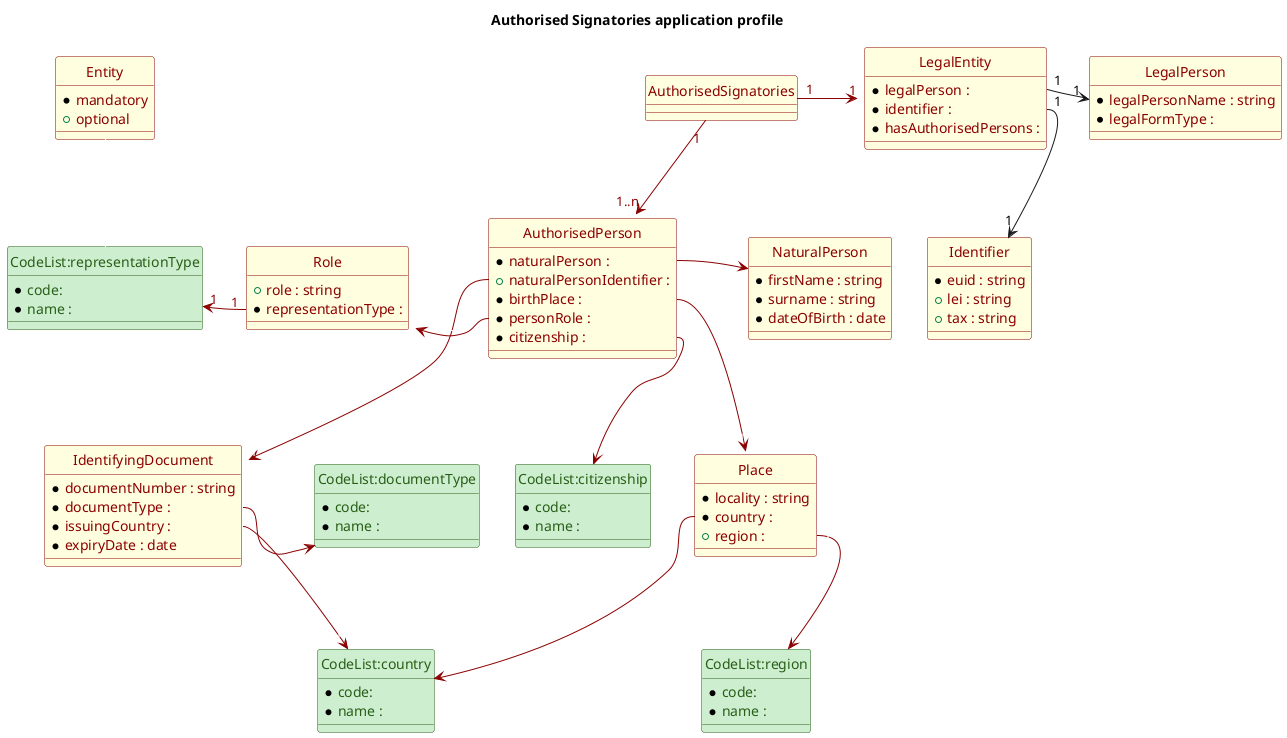
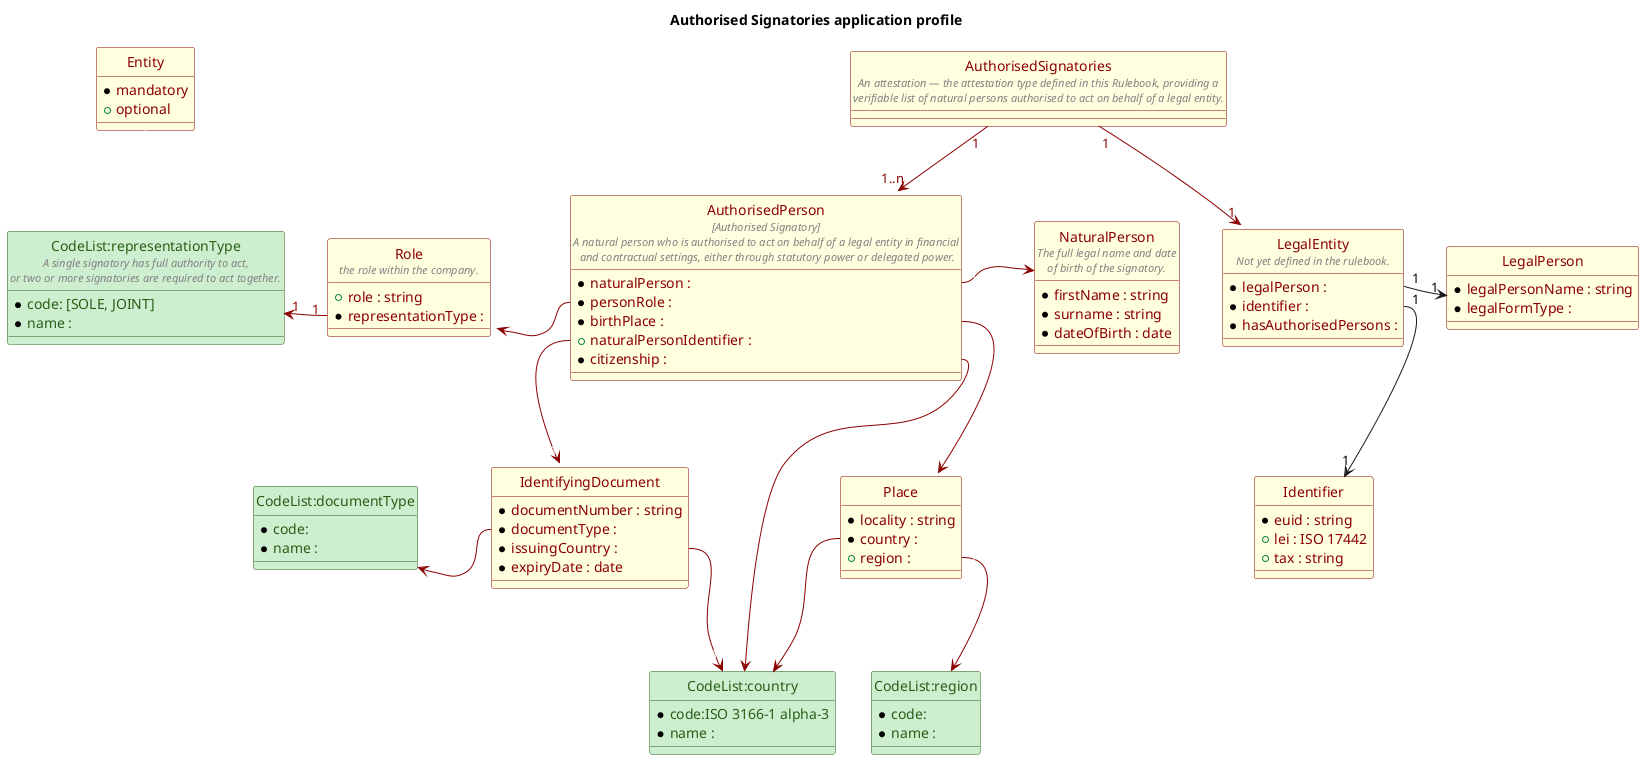
@startuml
title Authorised Signatories application profile

- class AuthorisedSignatories {
- 
- 
+ class "AuthorisedSignatories\n<size:11><color:gray><i>An attestation — the attestation type defined in this Rulebook, providing a\n<size:11><color:gray><i>verifiable list of natural persons authorised to act on behalf of a legal entity.</i></color></size>" as AuthorisedSignatories {
}

- class  LegalEntity {
+ class  "LegalEntity\n<size:11><color:gray><i>Not yet defined in the rulebook.</i></color></size>" as LegalEntity {
 *legalPerson :
 *identifier :
 *hasAuthorisedPersons :
}

- class AuthorisedPerson {
- ' Membership
+ class "AuthorisedPerson\n<size:11><color:gray><i>[Authorised Signatory]\n<size:11><color:gray><i>A natural person who is authorised to act on behalf of a legal entity in financial\n<size:11><color:gray><i> and contractual settings, either through statutory power or delegated power.</i></color></size>" as AuthorisedPerson {
 *naturalPerson :
+  *personRole :
+  *birthPlace :
 +naturalPersonIdentifier :
-  *birthPlace :
-  *personRole :
 *citizenship :
}

class LegalPerson {
 *legalPersonName : string
 *legalFormType :
 }

class Identifier {
 *euid : string
-  +lei : string
+  +lei : ISO 17442
 +tax : string
}

class IdentifyingDocument {
 *documentNumber : string
 *documentType :
 *issuingCountry :
 *expiryDate : date
 }

- class NaturalPerson {
+ class "NaturalPerson\n<size:11><color:gray><i>The full legal name and date\n<size:11><color:gray><i>of birth of the signatory.</i></color></size>" as NaturalPerson {
 *firstName : string
 *surname : string
 *dateOfBirth : date
}

- class Role {
+ class "Role\n<size:11><color:gray><i>the role within the company.</i></color></size>" as Role {
 +role : string
 *representationType :
}

class Place {
 *locality : string
 *country :
 +region :
 }

- class CodeList:citizenship
- {
-  *code:
-  *name :
- }
+ 'class CodeList:citizenship
+ '{
+ ' *code:
+ ' *name :
+ '}

- class CodeList:representationType
- {
-  *code:
+ class "CodeList:representationType\n<size:11><color:gray><i>A single signatory has full authority to act,\n<size:11><color:gray><i>or two or more signatories are required to act together.</i></color></size>" as CodeList:representationType {
+  *code: [SOLE, JOINT]
 *name :
}

class CodeList:region
{
 *code:
 *name :
}

class CodeList:country
{
-  *code:
+  *code:ISO 3166-1 alpha-3
 *name :
}

class CodeList:documentType
{
 *code:
 *name :
}

class Entity {
 *mandatory
 +optional
}

- AuthorisedSignatories "1" -right-> "1" LegalEntity #line:DarkRed;text:DarkRed
+ AuthorisedSignatories "1" -down-> "1" LegalEntity #line:DarkRed;text:DarkRed
AuthorisedSignatories "1" -down-> "1..n" AuthorisedPerson #line:DarkRed;text:DarkRed
AuthorisedPerson::naturalPerson "1" -right-> "1" NaturalPerson #line:DarkRed;text:White :_____
AuthorisedPerson::naturalPersonIdentifier "1" -down-> "1" IdentifyingDocument #line:DarkRed;text:White :_____
AuthorisedPerson::birthPlace "1" -down-> "1" Place #line:DarkRed;text:White :_____
- AuthorisedPerson::citizenship "1" -down-> "1" "CodeList:citizenship" #line:DarkRed;text:White :_____
+ AuthorisedPerson::citizenship "1" -down-> "1" "CodeList:country" #line:DarkRed;text:White :_____
AuthorisedPerson::personRole "1" -left-> "1" Role #line:DarkRed;text:White :_____
LegalEntity::legalPerson "1" -right-> "1" LegalPerson
LegalEntity::identifier "1" -down-> "1" Identifier
Role::representationType "1" -left-> "1" "CodeList:representationType" #line:DarkRed;text:DarkRed
Place::country "1" -down-> "1" "CodeList:country" #line:DarkRed;text:White :_____
Place::region "1" -down-> "1" "CodeList:region" #line:DarkRed;text:White :_____
- IdentifyingDocument::documentType "1" -right-> "1" "CodeList:documentType" #line:DarkRed;text:White :_____
+ IdentifyingDocument::documentType "1" -left-> "1" "CodeList:documentType" #line:DarkRed;text:White :_____
IdentifyingDocument::issuingCountry "1" -right-> "1" "CodeList:country" #line:DarkRed;text:White :_____


- "CodeList:citizenship" -right- Place #line:white
+ '"CodeList:citizenship" -right- Place #line:white
"CodeList:representationType" -up- Entity #line:white

class AuthorisedPerson #LightYellow;line:DarkRed;text:DarkRed
class AuthorisedSignatories #LightYellow;line:DarkRed;text:DarkRed
class LegalPerson #LightYellow;line:DarkRed;text:DarkRed
class Identifier #LightYellow;line:DarkRed;text:DarkRed
class Place #LightYellow;line:DarkRed;text:DarkRed
class IdentifyingDocument #LightYellow;line:DarkRed;text:DarkRed
class Role #LightYellow;line:DarkRed;text:DarkRed
class NaturalPerson #LightYellow;line:DarkRed;text:DarkRed
class LegalEntity #LightYellow;line:DarkRed;text:DarkRed
class Entity #LightYellow;line:DarkRed;text:DarkRed
class CodeList:representationType #CEEED0;line:285F17;text:285F17
- class CodeList:citizenship #CEEED0;line:285F17;text:285F17
+ 'class CodeList:citizenship #CEEED0;line:285F17;text:285F17
class CodeList:country #CEEED0;line:285F17;text:285F17
class CodeList:region #CEEED0;line:285F17;text:285F17
class CodeList:documentType #CEEED0;line:285F17;text:285F17

hide circle

@enduml
